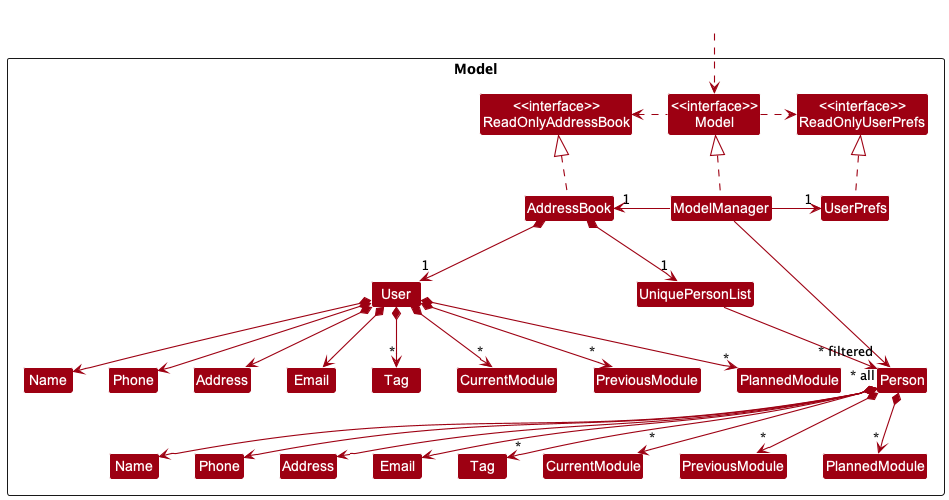
Earlier version of the PlantUML export docs/images/ModelClassDiagram.png (nus-cs2103-AY2223S1/tp).
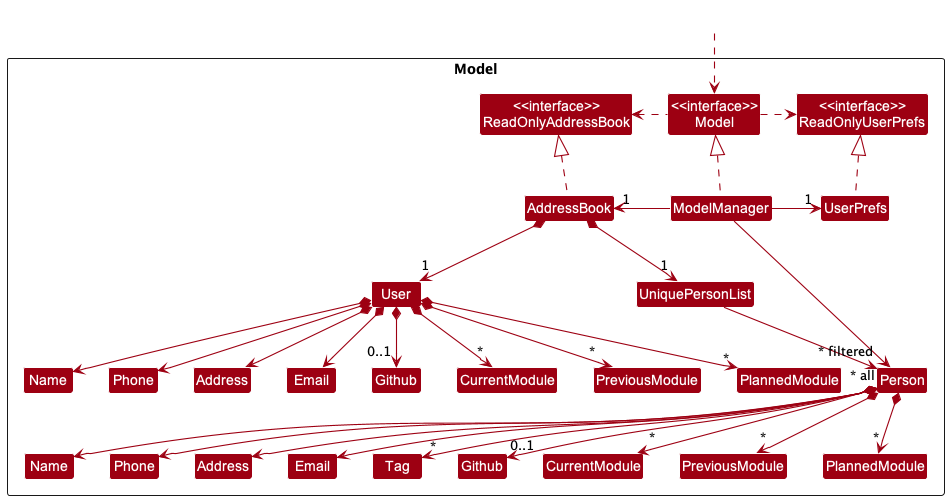
Above is the later version.

Commit message:
Update UML diagrams for Model, BetterModel and Storage

Diff of the diagram source:
```diff
@@ -17,13 +17,14 @@
 Class "Name" as PersonName
 Class "Name" as UserName
 Class "Tag" as PersonTag
-Class "Tag" as UserTag
 Class "Email" as PersonEmail
 Class "Email" as UserEmail
 Class "Phone" as PersonPhone
 Class "Phone" as UserPhone
 Class "Address" as PersonAddress
 Class "Address" as UserAddress
+Class "Github" as PersonGithub
+Class "Github" as UserGithub
 Class "CurrentModule" as PersonCurrentModule
 Class "CurrentModule" as UserCurrentModule
 Class "PreviousModule" as PersonPreviousModule
@@ -53,6 +54,7 @@
 Person *--> PersonPhone
 Person *--> PersonEmail
 Person *--> PersonAddress
+Person *--> "0..1" PersonGithub
 Person *--> "*" PersonTag
 Person *--> "*" PersonCurrentModule
 Person *--> "*" PersonPlannedModule
@@ -66,7 +68,7 @@
 User *--> UserPhone
 User *--> UserEmail
 User *--> UserAddress
-User *--> "*" UserTag
+User *--> "0..1" UserGithub
 User *--> "*" UserCurrentModule
 User *--> "*" UserPlannedModule
 User *--> "*" UserPreviousModule
```
